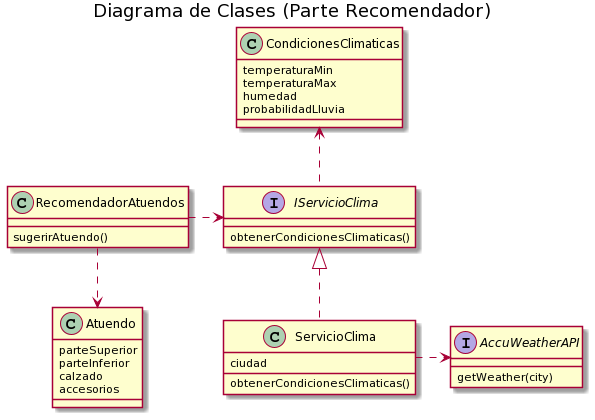
gonzalogarcia2318/dds-que-me-pongo keeps this PlantUML diagram as QueMePongo4/Diagrama de Clases.png. Above is the earlier version. Its diagram source:
```plantuml
@startuml
title Diagrama de Clases (Parte Recomendador)




class Atuendo {
    parteSuperior
    parteInferior
    calzado
    accesorios
}

class RecomendadorAtuendos {
    sugerirAtuendo()
}

RecomendadorAtuendos -.> Atuendo

class CondicionesClimaticas {
    temperaturaMin
    temperaturaMax
    humedad
    probabilidadLluvia
}

interface IServicioClima {
    obtenerCondicionesClimaticas()
}

IServicioClima -up.> CondicionesClimaticas

RecomendadorAtuendos -right.> IServicioClima

class ServicioClima {
    ciudad

    obtenerCondicionesClimaticas()
}

ServicioClima -.up|> IServicioClima

interface AccuWeatherAPI {
    getWeather(city)
}

ServicioClima -right.> AccuWeatherAPI
@enduml
```
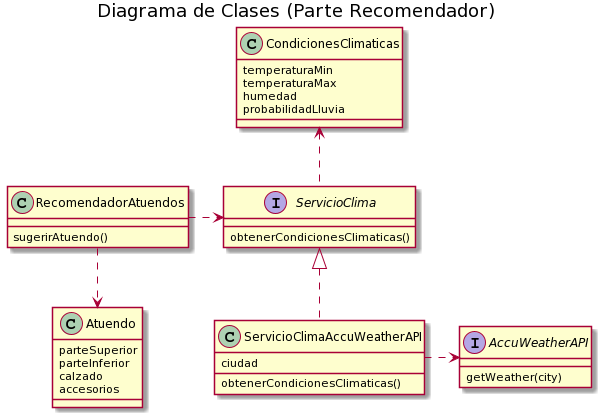
The same diagram one commit later.

What changed in the source:
```diff
@@ -24,25 +24,25 @@
     probabilidadLluvia
 }
 
-interface IServicioClima {
+interface ServicioClima {
     obtenerCondicionesClimaticas()
 }
 
-IServicioClima -up.> CondicionesClimaticas
+ServicioClima -up.> CondicionesClimaticas
 
-RecomendadorAtuendos -right.> IServicioClima
+RecomendadorAtuendos -right.> ServicioClima
 
-class ServicioClima {
+class ServicioClimaAccuWeatherAPI {
     ciudad
 
     obtenerCondicionesClimaticas()
 }
 
-ServicioClima -.up|> IServicioClima
+ServicioClimaAccuWeatherAPI -.up|> ServicioClima
 
 interface AccuWeatherAPI {
     getWeather(city)
 }
 
-ServicioClima -right.> AccuWeatherAPI
+ServicioClimaAccuWeatherAPI -right.> AccuWeatherAPI
 @enduml
```
